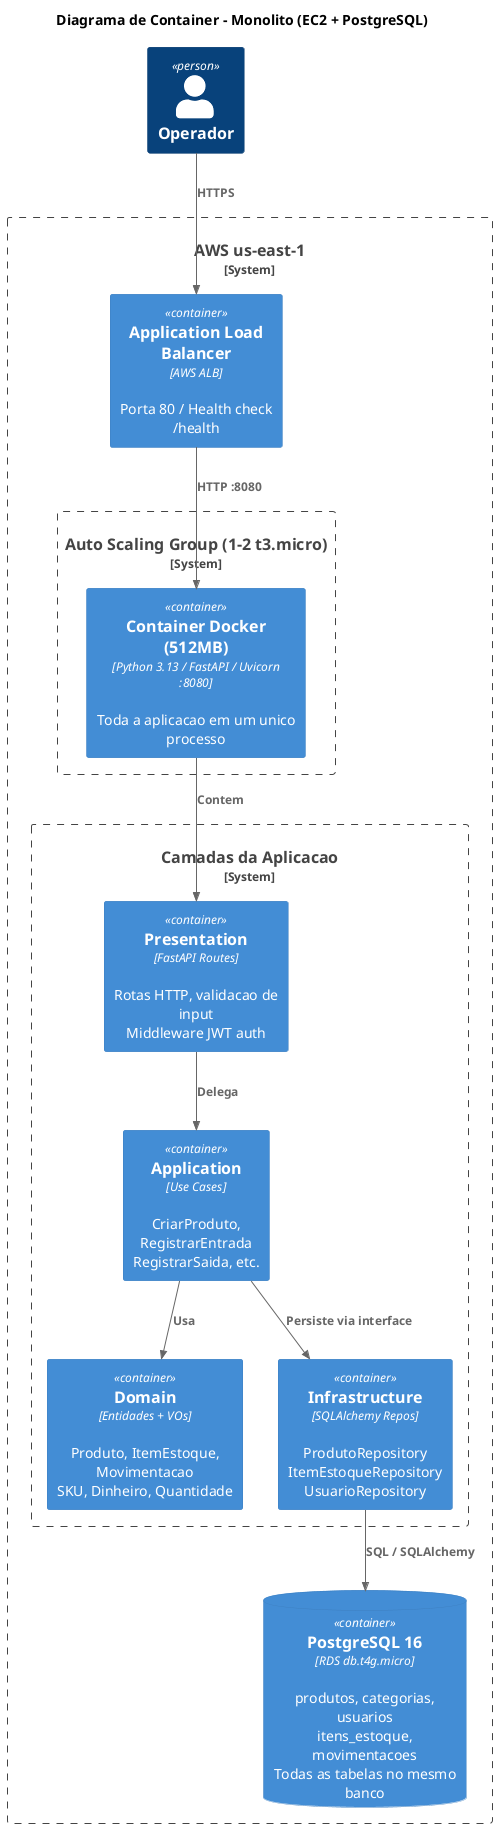
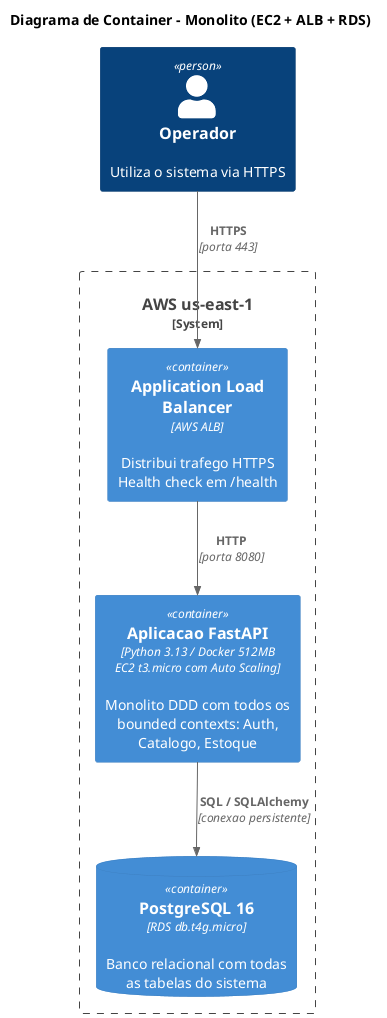
@startuml c4-container-monolith
!include <C4/C4_Container>

- title Diagrama de Container - Monolito (EC2 + PostgreSQL)
+ title Diagrama de Container - Monolito (EC2 + ALB + RDS)

- Person(operador, "Operador")
+ Person(operador, "Operador", "Utiliza o sistema via HTTPS")

System_Boundary(aws, "AWS us-east-1") {

-     Container(alb, "Application Load Balancer", "AWS ALB", "Porta 80 / Health check /health")
+     Container(alb, "Application Load Balancer", "AWS ALB", "Distribui trafego HTTPS\nHealth check em /health")

-     System_Boundary(asg, "Auto Scaling Group (1-2 t3.micro)") {
-         Container(docker, "Container Docker (512MB)", "Python 3.13 / FastAPI / Uvicorn :8080", "Toda a aplicacao em um unico processo")
-     }
+     Container(app, "Aplicacao FastAPI", "Python 3.13 / Docker 512MB\nEC2 t3.micro com Auto Scaling", "Monolito DDD com todos os\nbounded contexts: Auth, Catalogo, Estoque")

-     System_Boundary(app_layers, "Camadas da Aplicacao") {
-         Container(presentation, "Presentation", "FastAPI Routes", "Rotas HTTP, validacao de input\nMiddleware JWT auth")
-         Container(application, "Application", "Use Cases", "CriarProduto, RegistrarEntrada\nRegistrarSaida, etc.")
-         Container(domain, "Domain", "Entidades + VOs", "Produto, ItemEstoque, Movimentacao\nSKU, Dinheiro, Quantidade")
-         Container(infra_repo, "Infrastructure", "SQLAlchemy Repos", "ProdutoRepository\nItemEstoqueRepository\nUsuarioRepository")
-     }
- 
-     ContainerDb(rds, "PostgreSQL 16", "RDS db.t4g.micro", "produtos, categorias, usuarios\nitens_estoque, movimentacoes\nTodas as tabelas no mesmo banco")
+     ContainerDb(rds, "PostgreSQL 16", "RDS db.t4g.micro", "Banco relacional com todas\nas tabelas do sistema")
}

- Rel(operador, alb, "HTTPS")
- Rel(alb, docker, "HTTP :8080")
- Rel(docker, presentation, "Contem")
- Rel(presentation, application, "Delega")
- Rel(application, domain, "Usa")
- Rel(application, infra_repo, "Persiste via interface")
- Rel(infra_repo, rds, "SQL / SQLAlchemy")
+ Rel(operador, alb, "HTTPS", "porta 443")
+ Rel(alb, app, "HTTP", "porta 8080")
+ Rel(app, rds, "SQL / SQLAlchemy", "conexao persistente")

@enduml
